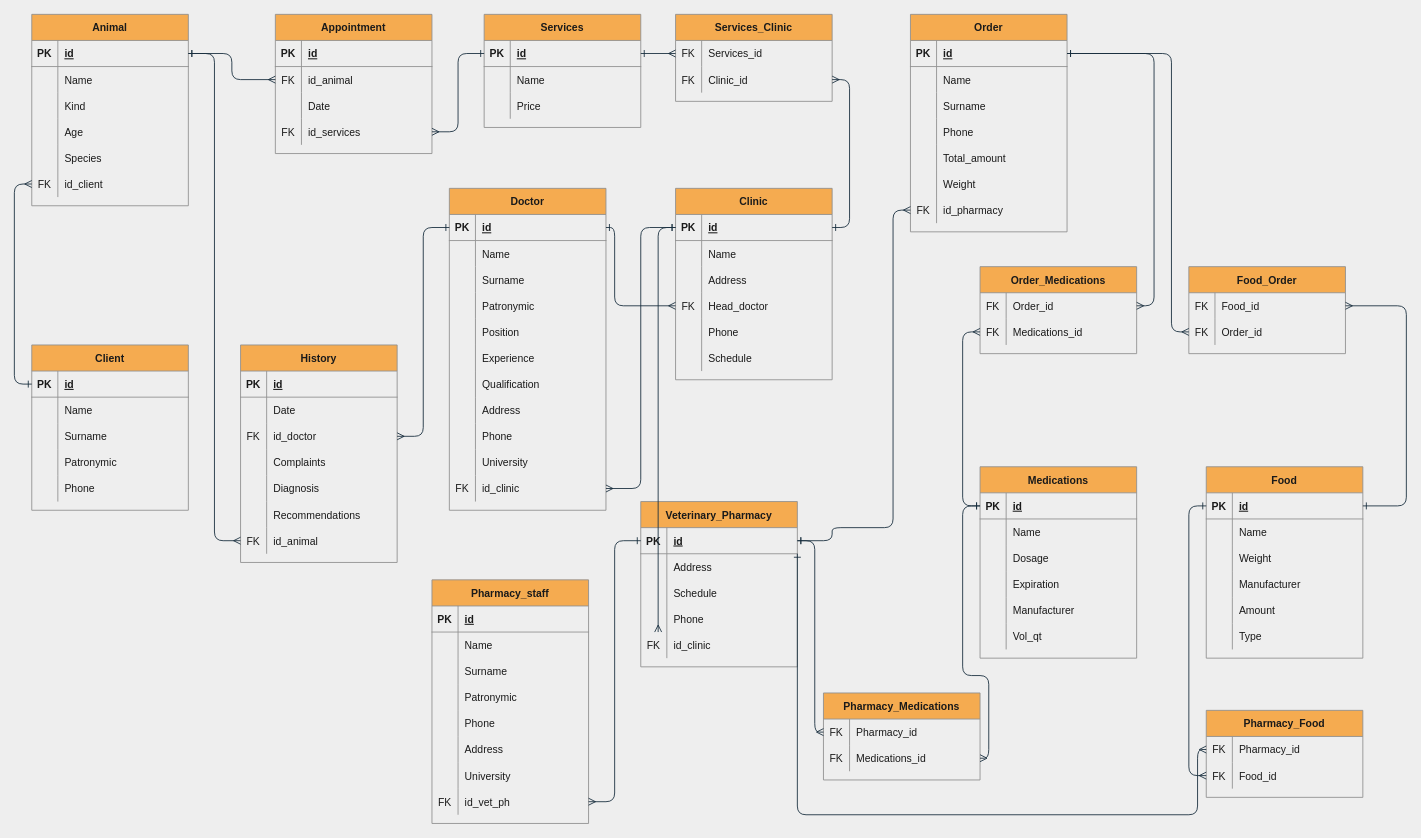
The draw.io diagram Untitled Diagram.drawio in 21shunya/vet, before the edit. Source tidied: cells renumbered, new cells numbered last; positions are measured from the earlier drawing's top-left corner, leaving out a move shared by most shapes. Both pictures are drawn from the tidied source at 87%, with x=0, y=0 at pixel (31, 14).
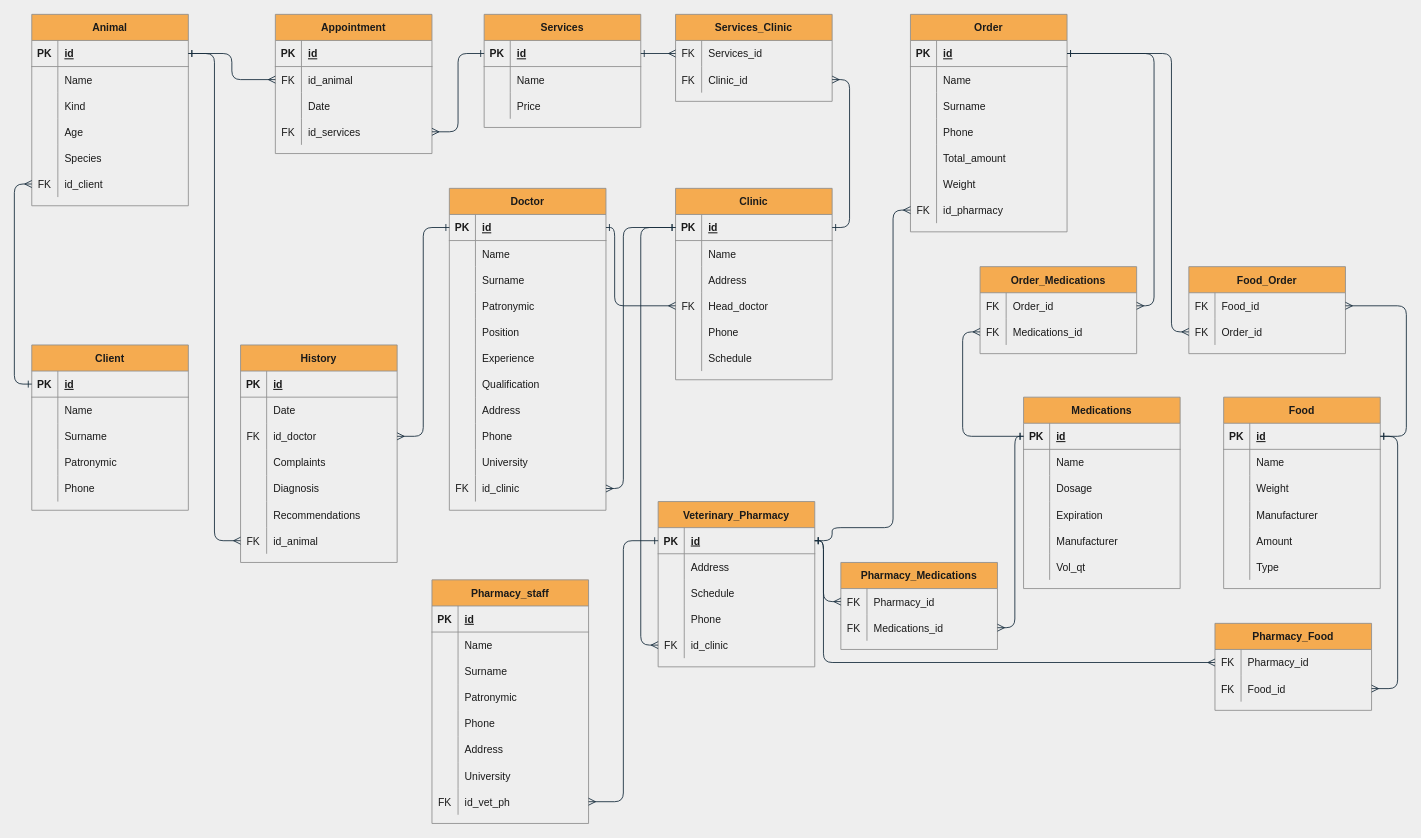
Above is the later version.

The change refers to these unchanged cells:
```xml
<mxCell id="90" style="shape=partialRectangle;fillColor=none;top=0;left=0;bottom=0;right=0;points=[[0,0.5],[1,0.5]];portConstraint=eastwest;strokeColor=#909090;fontColor=#1A1A1A;" parent="59" vertex="1">
  <mxGeometry y="330" width="180" height="30" as="geometry" />
</mxCell>
<mxCell id="94" style="shape=partialRectangle;fillColor=none;top=0;left=0;bottom=1;right=0;points=[[0,0.5],[1,0.5]];portConstraint=eastwest;strokeColor=#909090;fontColor=#1A1A1A;" parent="93" vertex="1">
  <mxGeometry y="30" width="180" height="30" as="geometry" />
</mxCell>
<mxCell id="150" style="shape=partialRectangle;fillColor=none;top=0;left=0;bottom=1;right=0;points=[[0,0.5],[1,0.5]];portConstraint=eastwest;strokeColor=#909090;fontColor=#1A1A1A;" parent="149" vertex="1">
  <mxGeometry y="30" width="180" height="30" as="geometry" />
</mxCell>
<mxCell id="162" style="shape=partialRectangle;fillColor=none;top=0;left=0;bottom=0;right=0;points=[[0,0.5],[1,0.5]];portConstraint=eastwest;strokeColor=#909090;fontColor=#1A1A1A;" parent="149" vertex="1">
  <mxGeometry y="150" width="180" height="30" as="geometry" />
</mxCell>
<mxCell id="166" style="shape=partialRectangle;fillColor=none;top=0;left=0;bottom=0;right=0;points=[[0,0.5],[1,0.5]];portConstraint=eastwest;strokeColor=#909090;fontColor=#1A1A1A;" parent="165" vertex="1">
  <mxGeometry y="30" width="180" height="30" as="geometry" />
</mxCell>
<mxCell id="169" style="shape=partialRectangle;fillColor=none;top=0;left=0;bottom=0;right=0;points=[[0,0.5],[1,0.5]];portConstraint=eastwest;strokeColor=#909090;fontColor=#1A1A1A;" parent="165" vertex="1">
  <mxGeometry y="60" width="180" height="30" as="geometry" />
</mxCell>
<mxCell id="198" style="shape=partialRectangle;fillColor=none;top=0;left=0;bottom=1;right=0;points=[[0,0.5],[1,0.5]];portConstraint=eastwest;strokeColor=#909090;fontColor=#1A1A1A;" parent="197" vertex="1">
  <mxGeometry y="30" width="180" height="30" as="geometry" />
</mxCell>
<mxCell id="220" style="shape=partialRectangle;fillColor=none;top=0;left=0;bottom=1;right=0;points=[[0,0.5],[1,0.5]];portConstraint=eastwest;strokeColor=#909090;fontColor=#1A1A1A;" parent="219" vertex="1">
  <mxGeometry y="30" width="180" height="30" as="geometry" />
</mxCell>
<mxCell id="250" style="shape=partialRectangle;fillColor=none;top=0;left=0;bottom=1;right=0;points=[[0,0.5],[1,0.5]];portConstraint=eastwest;strokeColor=#909090;fontColor=#1A1A1A;" parent="249" vertex="1">
  <mxGeometry y="30" width="180" height="30" as="geometry" />
</mxCell>
<mxCell id="273" style="shape=partialRectangle;fillColor=none;top=0;left=0;bottom=0;right=0;points=[[0,0.5],[1,0.5]];portConstraint=eastwest;strokeColor=#909090;fontColor=#1A1A1A;" parent="272" vertex="1">
  <mxGeometry y="30" width="180" height="30" as="geometry" />
</mxCell>
<mxCell id="276" style="shape=partialRectangle;fillColor=none;top=0;left=0;bottom=0;right=0;points=[[0,0.5],[1,0.5]];portConstraint=eastwest;strokeColor=#909090;fontColor=#1A1A1A;" parent="272" vertex="1">
  <mxGeometry y="60" width="180" height="30" as="geometry" />
</mxCell>
<mxCell id="280" style="shape=partialRectangle;fillColor=none;top=0;left=0;bottom=0;right=0;points=[[0,0.5],[1,0.5]];portConstraint=eastwest;strokeColor=#909090;fontColor=#1A1A1A;" parent="279" vertex="1">
  <mxGeometry y="30" width="180" height="30" as="geometry" />
</mxCell>
<mxCell id="283" style="shape=partialRectangle;fillColor=none;top=0;left=0;bottom=0;right=0;points=[[0,0.5],[1,0.5]];portConstraint=eastwest;strokeColor=#909090;fontColor=#1A1A1A;" parent="279" vertex="1">
  <mxGeometry y="60" width="180" height="30" as="geometry" />
</mxCell>
```

The edit, as a diff of the source:
```diff
@@
     <mxCell id="149" value="Veterinary_Pharmacy" style="shape=table;startSize=30;childLayout=tableLayout;rowLines=0;fontStyle=1;align=center;fillColor=#F5AB50;strokeColor=#909090;fontColor=#1A1A1A;" parent="1" vertex="1">
-      <mxGeometry x="700" y="560" width="180" height="190" as="geometry" />
+      <mxGeometry x="720" y="560" width="180" height="190" as="geometry" />
     </mxCell>
@@
     <mxCell id="219" value="Food" style="shape=table;startSize=30;childLayout=tableLayout;rowLines=0;fontStyle=1;align=center;fillColor=#F5AB50;strokeColor=#909090;fontColor=#1A1A1A;" parent="1" vertex="1">
-      <mxGeometry x="1350" y="520" width="180" height="220" as="geometry" />
+      <mxGeometry x="1370" y="440" width="180" height="220" as="geometry" />
     </mxCell>
@@
     <mxCell id="244" style="edgeStyle=orthogonalEdgeStyle;curved=0;rounded=1;sketch=0;jettySize=auto;html=1;fontColor=#1A1A1A;startArrow=ERone;startFill=0;endArrow=ERmany;endFill=0;strokeColor=#182E3E;" parent="1" edge="1" source="94" target="90">
-      <mxGeometry relative="1" as="geometry" />
+      <mxGeometry relative="1" as="geometry">
+        <Array as="points">
+          <mxPoint x="680" y="245" />
+          <mxPoint x="680" y="545" />
+        </Array>
+      </mxGeometry>
     </mxCell>
@@
     <mxCell id="247" style="edgeStyle=orthogonalEdgeStyle;curved=0;rounded=1;sketch=0;jettySize=auto;html=1;fontColor=#1A1A1A;startArrow=ERone;startFill=0;endArrow=ERmany;endFill=0;strokeColor=#182E3E;" parent="1" edge="1" source="94" target="162">
       <mxGeometry relative="1" as="geometry">
         <Array as="points">
-          <mxPoint x="720" y="245" />
-          <mxPoint x="720" y="725" />
+          <mxPoint x="700" y="245" />
+          <mxPoint x="700" y="725" />
         </Array>
       </mxGeometry>
     </mxCell>
@@
     <mxCell id="249" value="Medications" style="shape=table;startSize=30;childLayout=tableLayout;rowLines=0;fontStyle=1;align=center;fillColor=#F5AB50;strokeColor=#909090;fontColor=#1A1A1A;" parent="1" vertex="1">
-      <mxGeometry x="1090" y="520" width="180" height="220" as="geometry" />
+      <mxGeometry x="1140" y="440" width="180" height="220" as="geometry" />
     </mxCell>
@@
-    <mxCell id="269" style="edgeStyle=orthogonalEdgeStyle;curved=0;rounded=1;sketch=0;jettySize=auto;html=1;entryX=1;entryY=0.5;entryDx=0;entryDy=0;fontColor=#1A1A1A;startArrow=ERone;startFill=0;endArrow=ERmany;endFill=0;strokeColor=#182E3E;" parent="1" edge="1" source="220" target="166">
+    <mxCell id="269" style="edgeStyle=orthogonalEdgeStyle;curved=0;rounded=1;sketch=0;jettySize=auto;html=1;entryX=1;entryY=0.5;entryDx=0;entryDy=0;fontColor=#1A1A1A;startArrow=ERone;startFill=0;endArrow=ERmany;endFill=0;strokeColor=#182E3E;exitX=1;exitY=0.5;exitDx=0;exitDy=0;" parent="1" edge="1" source="220" target="166">
       <mxGeometry relative="1" as="geometry">
         <Array as="points">
-          <mxPoint x="1580" y="565" />
+          <mxPoint x="1580" y="485" />
           <mxPoint x="1580" y="335" />
         </Array>
       </mxGeometry>
     </mxCell>
@@
     <mxCell id="272" value="Pharmacy_Food" style="shape=table;startSize=30;childLayout=tableLayout;rowLines=0;fontStyle=1;align=center;fillColor=#F5AB50;strokeColor=#909090;fontColor=#1A1A1A;" parent="1" vertex="1">
-      <mxGeometry x="1350" y="800" width="180" height="100" as="geometry" />
+      <mxGeometry x="1360" y="700" width="180" height="100" as="geometry" />
     </mxCell>
@@
     <mxCell id="279" value="Pharmacy_Medications" style="shape=table;startSize=30;childLayout=tableLayout;rowLines=0;fontStyle=1;align=center;fillColor=#F5AB50;strokeColor=#909090;fontColor=#1A1A1A;" parent="1" vertex="1">
-      <mxGeometry x="910" y="780" width="180" height="100" as="geometry" />
+      <mxGeometry x="930" y="630" width="180" height="100" as="geometry" />
     </mxCell>
@@
     <mxCell id="286" style="edgeStyle=orthogonalEdgeStyle;curved=0;rounded=1;sketch=0;jettySize=auto;html=1;entryX=0;entryY=0.5;entryDx=0;entryDy=0;fontColor=#1A1A1A;startArrow=ERone;startFill=0;endArrow=ERmany;endFill=0;strokeColor=#182E3E;" parent="1" edge="1" source="150" target="280">
       <mxGeometry relative="1" as="geometry">
         <Array as="points">
-          <mxPoint x="900" y="605" />
-          <mxPoint x="900" y="825" />
+          <mxPoint x="910" y="605" />
+          <mxPoint x="910" y="675" />
         </Array>
       </mxGeometry>
     </mxCell>
+    <mxCell id="288" style="edgeStyle=orthogonalEdgeStyle;curved=0;rounded=1;sketch=0;jettySize=auto;html=1;entryX=0;entryY=0.5;entryDx=0;entryDy=0;fontColor=#1A1A1A;startArrow=ERone;startFill=0;endArrow=ERmany;endFill=0;strokeColor=#182E3E;" parent="1" edge="1" source="198" target="169">
+      <mxGeometry relative="1" as="geometry">
+        <Array as="points">
+          <mxPoint x="1310" y="45" />
+          <mxPoint x="1310" y="365" />
+        </Array>
+      </mxGeometry>
+    </mxCell>
+    <mxCell id="290" style="edgeStyle=orthogonalEdgeStyle;curved=0;rounded=1;sketch=0;jettySize=auto;html=1;fontColor=#1A1A1A;startArrow=ERone;startFill=0;endArrow=ERmany;endFill=0;strokeColor=#182E3E;entryX=1;entryY=0.5;entryDx=0;entryDy=0;exitX=0;exitY=0.5;exitDx=0;exitDy=0;" parent="1" edge="1" source="250" target="283">
+      <mxGeometry relative="1" as="geometry">
+        <Array as="points">
+          <mxPoint x="1130" y="485" />
+          <mxPoint x="1130" y="705" />
+        </Array>
+      </mxGeometry>
+    </mxCell>
-    <mxCell id="287" style="edgeStyle=orthogonalEdgeStyle;curved=0;rounded=1;sketch=0;jettySize=auto;html=1;entryX=0;entryY=0.5;entryDx=0;entryDy=0;fontColor=#1A1A1A;startArrow=ERone;startFill=0;endArrow=ERmany;endFill=0;strokeColor=#182E3E;" parent="1" edge="1" source="220" target="276">
+    <mxCell id="287" style="edgeStyle=orthogonalEdgeStyle;curved=0;rounded=1;sketch=0;jettySize=auto;html=1;fontColor=#1A1A1A;startArrow=ERone;startFill=0;endArrow=ERmany;endFill=0;strokeColor=#182E3E;exitX=1;exitY=0.5;exitDx=0;exitDy=0;" parent="1" edge="1" source="220" target="276">
       <mxGeometry relative="1" as="geometry" />
     </mxCell>
-    <mxCell id="288" style="edgeStyle=orthogonalEdgeStyle;curved=0;rounded=1;sketch=0;jettySize=auto;html=1;entryX=0;entryY=0.5;entryDx=0;entryDy=0;fontColor=#1A1A1A;startArrow=ERone;startFill=0;endArrow=ERmany;endFill=0;strokeColor=#182E3E;" parent="1" edge="1" source="198" target="169">
-      <mxGeometry relative="1" as="geometry">
-        <Array as="points">
-          <mxPoint x="1310" y="45" />
-          <mxPoint x="1310" y="365" />
-        </Array>
-      </mxGeometry>
-    </mxCell>
-    <mxCell id="289" style="edgeStyle=orthogonalEdgeStyle;curved=0;rounded=1;sketch=0;jettySize=auto;html=1;entryX=0;entryY=0.5;entryDx=0;entryDy=0;fontColor=#1A1A1A;startArrow=ERone;startFill=0;endArrow=ERmany;endFill=0;strokeColor=#182E3E;" parent="1" edge="1" source="150" target="273">
+    <mxCell id="289" style="edgeStyle=orthogonalEdgeStyle;curved=0;rounded=1;sketch=0;jettySize=auto;html=1;entryX=0;entryY=0.5;entryDx=0;entryDy=0;fontColor=#1A1A1A;startArrow=ERone;startFill=0;endArrow=ERmany;endFill=0;strokeColor=#182E3E;exitX=1;exitY=0.5;exitDx=0;exitDy=0;" parent="1" edge="1" source="150" target="273">
       <mxGeometry relative="1" as="geometry">
         <Array as="points">
-          <mxPoint x="880" y="920" />
-          <mxPoint x="1340" y="920" />
-          <mxPoint x="1340" y="845" />
+          <mxPoint x="910" y="605" />
+          <mxPoint x="910" y="745" />
         </Array>
       </mxGeometry>
     </mxCell>
-    <mxCell id="290" style="edgeStyle=orthogonalEdgeStyle;curved=0;rounded=1;sketch=0;jettySize=auto;html=1;fontColor=#1A1A1A;startArrow=ERone;startFill=0;endArrow=ERmany;endFill=0;strokeColor=#182E3E;" parent="1" edge="1" source="250" target="283">
-      <mxGeometry relative="1" as="geometry">
-        <Array as="points">
-          <mxPoint x="1070" y="565" />
-          <mxPoint x="1070" y="760" />
-          <mxPoint x="1100" y="760" />
-          <mxPoint x="1100" y="855" />
-        </Array>
-      </mxGeometry>
-    </mxCell>
```
